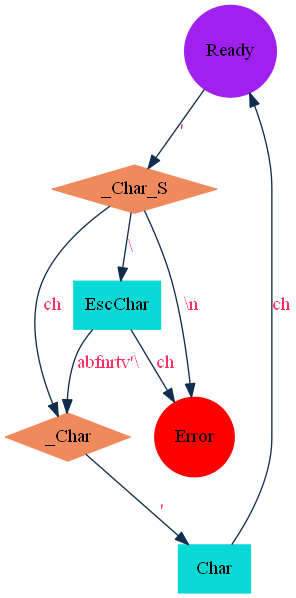
Above: docs/compiler/asset/png/char.png in Echomem/Lett (Graphviz), before the change. Its source is kept beside it as docs/compiler/asset/dot/char.dot. Its diagram source:
```dot
digraph LexcialChar{
    Ready       [shape=circle,    fontcolor=black, fillcolor=purple,      style=filled, color=purple];
    Error       [shape=circle,    fontcolor=black, fillcolor=red,         style=filled, color=red   ];
    _Char_S     [shape=diamond,   fontcolor=black, fillcolor="#f08a5d",   style=filled, color="#f08a5d"];
    _Char       [shape=diamond,   fontcolor=black, fillcolor="#f08a5d",   style=filled, color="#f08a5d"];
    Char        [shape=box,       fontcolor=black, fillcolor="#08d9d6",   style=filled, color="#08d9d6"];
    EscChar     [shape=box,       fontcolor=black, fillcolor="#08d9d6",   style=filled, color="#08d9d6"];

    Ready               -> _Char_S      [label="'",             color="#112d4e", fontcolor="#ff2e63"];
    _Char_S             -> Error        [label="\\n",           color="#112d4e", fontcolor="#ff2e63"];
    _Char_S             -> EscChar      [label="\\",            color="#112d4e", fontcolor="#ff2e63"];
    _Char_S             -> _Char        [label="ch",            color="#112d4e", fontcolor="#ff2e63"];

    _Char               -> Char         [label="'",             color="#112d4e", fontcolor="#ff2e63"];
    Char                -> Ready        [label="ch",            color="#112d4e", fontcolor="#ff2e63"];

    EscChar             -> _Char        [label="abfnrtv'\\",    color="#112d4e", fontcolor="#ff2e63"];
    EscChar             -> Error        [label="ch",            color="#112d4e", fontcolor="#ff2e63"];
}
```
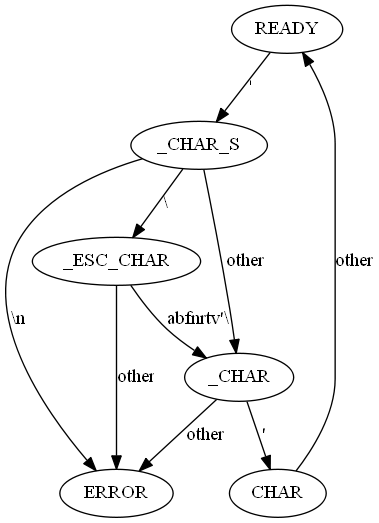
After the commit.

Change to the diagram source:
```diff
@@ -1,19 +1,20 @@
-digraph LexcialChar{
-    Ready       [shape=circle,    fontcolor=black, fillcolor=purple,      style=filled, color=purple];
-    Error       [shape=circle,    fontcolor=black, fillcolor=red,         style=filled, color=red   ];
-    _Char_S     [shape=diamond,   fontcolor=black, fillcolor="#f08a5d",   style=filled, color="#f08a5d"];
-    _Char       [shape=diamond,   fontcolor=black, fillcolor="#f08a5d",   style=filled, color="#f08a5d"];
-    Char        [shape=box,       fontcolor=black, fillcolor="#08d9d6",   style=filled, color="#08d9d6"];
-    EscChar     [shape=box,       fontcolor=black, fillcolor="#08d9d6",   style=filled, color="#08d9d6"];
+digraph LexerChar{
+    READY;
+    ERROR;
+    _CHAR_S;
+    _CHAR;
+    CHAR;
+    _ESC_CHAR;
 
-    Ready               -> _Char_S      [label="'",             color="#112d4e", fontcolor="#ff2e63"];
-    _Char_S             -> Error        [label="\\n",           color="#112d4e", fontcolor="#ff2e63"];
-    _Char_S             -> EscChar      [label="\\",            color="#112d4e", fontcolor="#ff2e63"];
-    _Char_S             -> _Char        [label="ch",            color="#112d4e", fontcolor="#ff2e63"];
+    READY       -> _CHAR_S      [label="'"];
+    _CHAR_S     -> ERROR        [label="\\n"];
+    _CHAR_S     -> _ESC_CHAR    [label="\\"];
+    _CHAR_S     -> _CHAR        [label="other"];
 
-    _Char               -> Char         [label="'",             color="#112d4e", fontcolor="#ff2e63"];
-    Char                -> Ready        [label="ch",            color="#112d4e", fontcolor="#ff2e63"];
+    _CHAR       -> CHAR         [label="'"];
+    _CHAR       -> ERROR        [label="other"];
+    CHAR        -> READY        [label="other"];
 
-    EscChar             -> _Char        [label="abfnrtv'\\",    color="#112d4e", fontcolor="#ff2e63"];
-    EscChar             -> Error        [label="ch",            color="#112d4e", fontcolor="#ff2e63"];
+    _ESC_CHAR   -> _CHAR        [label="abfnrtv'\\"];
+    _ESC_CHAR   -> ERROR        [label="other"];
 }
```
